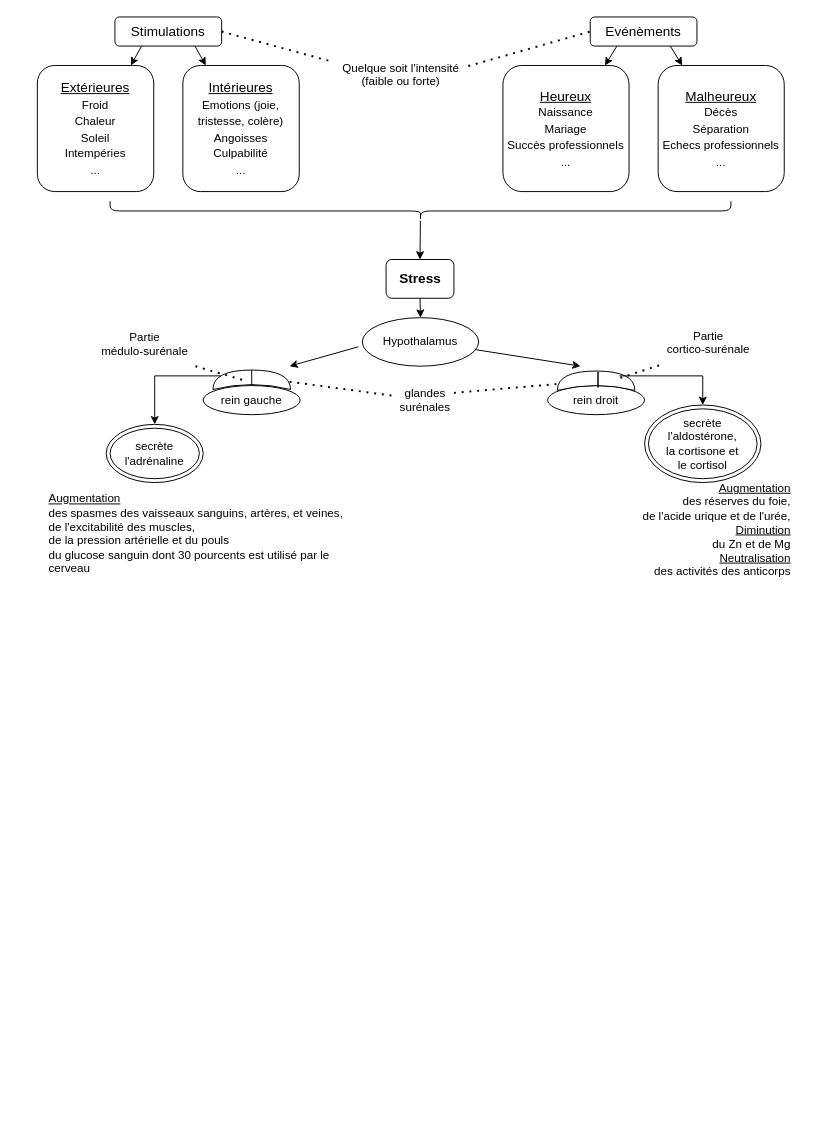
This is Untitled Diagram.drawio from rvcmla/formation, a draw.io file, before an edit. Source tidied: cells renumbered, new cells numbered last; positions are measured from the earlier drawing's top-left corner, leaving out a move shared by most shapes. Both pictures are drawn from the tidied source at 97%, with x=0, y=0 at pixel (37, -100).
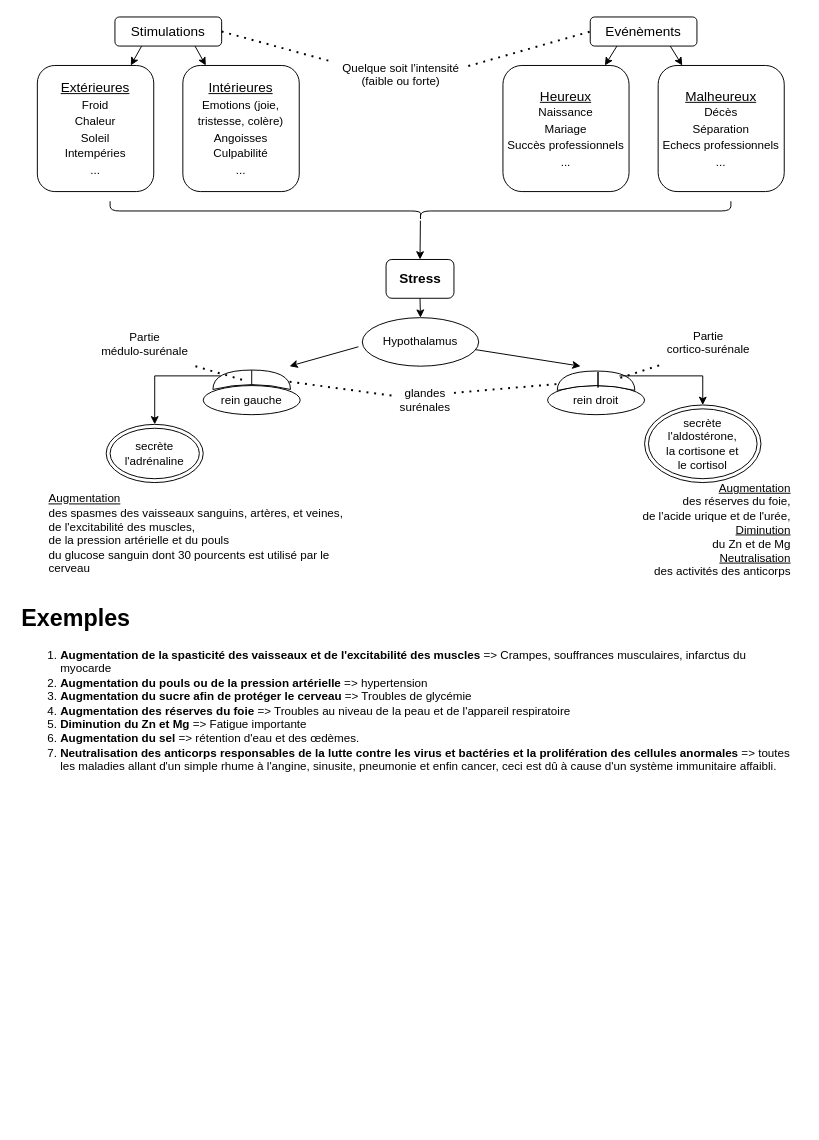
Above is the later version.

What changed in the source:
```diff
@@
+    <mxCell id="41" value="&lt;h1&gt;Exemples&lt;/h1&gt;&lt;ol&gt;&lt;li&gt;&lt;b&gt;Augmentation de la spasticité des vaisseaux et de l'excitabilité des muscles&lt;/b&gt; =&amp;gt; Crampes, souffrances musculaires, infarctus du myocarde&lt;/li&gt;&lt;li&gt;&lt;b&gt;Augmentation du pouls ou de la pression artérielle&lt;/b&gt; =&amp;gt; hypertension&lt;/li&gt;&lt;li&gt;&lt;b&gt;Augmentation du sucre afin de protéger le cerveau&lt;/b&gt; =&amp;gt; Troubles de glycémie&lt;/li&gt;&lt;li&gt;&lt;b&gt;Augmentation des réserves du foie&lt;/b&gt; =&amp;gt; Troubles au niveau de la peau et de l'appareil respiratoire&lt;/li&gt;&lt;li&gt;&lt;b&gt;Diminution du Zn et Mg&lt;/b&gt; =&amp;gt; Fatigue importante&lt;/li&gt;&lt;li&gt;&lt;b&gt;Augmentation du sel&lt;/b&gt; =&amp;gt; rétention d'eau et des œdèmes.&lt;/li&gt;&lt;li&gt;&lt;b&gt;Neutralisation des anticorps responsables de la lutte contre les virus et bactéries et la prolifération des cellules anormales&lt;/b&gt; =&amp;gt; toutes les maladies allant d'un simple rhume à l'angine, sinusite, pneumonie et enfin cancer, ceci est dû à cause d'un système immunitaire affaibli.&lt;br&gt;&lt;/li&gt;&lt;/ol&gt;" style="text;html=1;strokeColor=none;fillColor=none;spacing=5;spacingTop=-20;whiteSpace=wrap;overflow=hidden;rounded=0;fontSize=12;" parent="1" vertex="1">
+      <mxGeometry x="-21" y="720" width="810" height="540" as="geometry" />
+    </mxCell>
```
